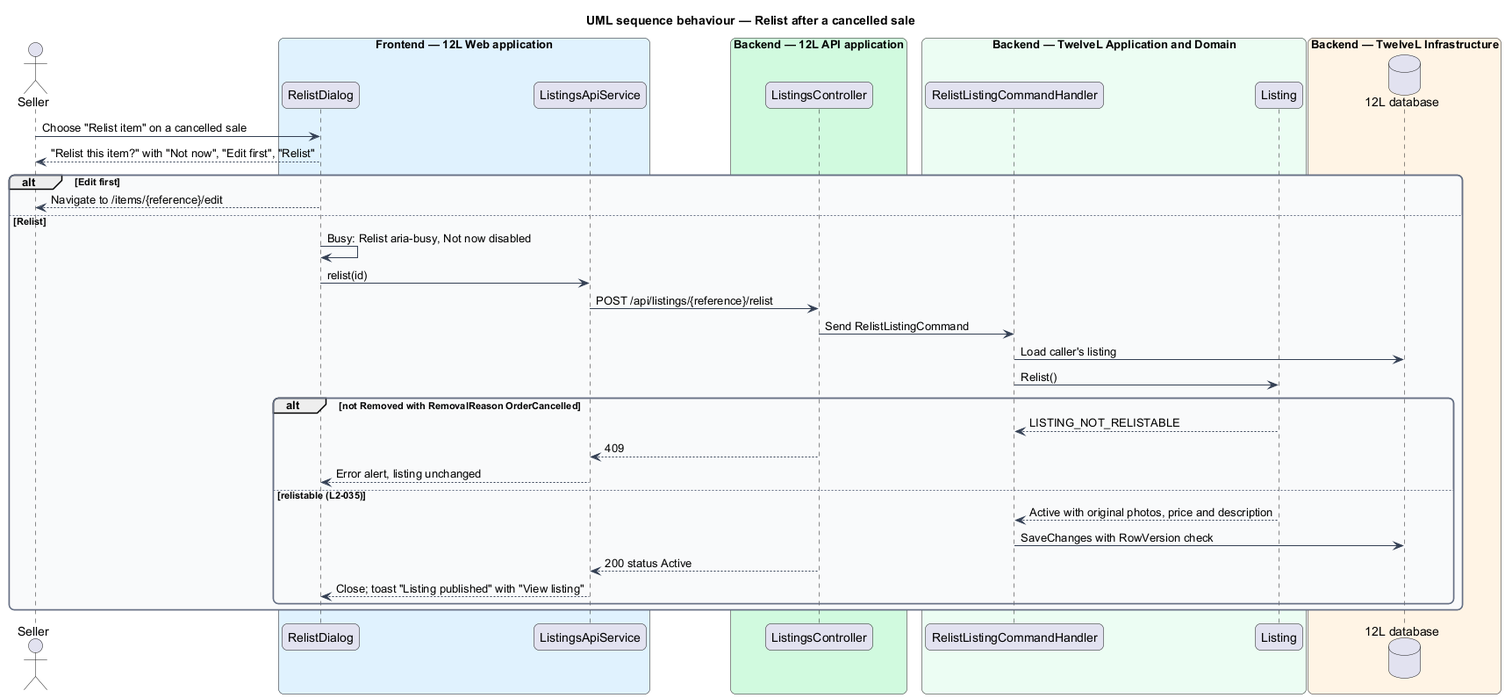
This is docs/detailed-designs/listings/edit-and-withdraw-listing/diagrams/sequence-relist-listing.png from QuinntyneBrown/12l, a PlantUML export, as it was before one commit. The source it was exported from:
```plantuml
@startuml
title UML sequence behaviour — Relist after a cancelled sale
skinparam backgroundColor #FFFFFF
skinparam shadowing false
skinparam roundcorner 12
skinparam defaultFontName Arial
skinparam ArrowColor #344054
skinparam rectangle {
  BorderColor #344054
  FontColor #101828
}
skinparam package {
  BorderColor #667085
  FontColor #101828
  BackgroundColor #F9FAFB
}
actor "Seller" as actor
box "Frontend — 12L Web application" #E0F2FE
  participant "RelistDialog" as dialog
  participant "ListingsApiService" as client
end box
box "Backend — 12L API application" #D1FADF
  participant "ListingsController" as controller
end box
box "Backend — TwelveL Application and Domain" #ECFDF3
  participant "RelistListingCommandHandler" as handler
  participant "Listing" as entity
end box
box "Backend — TwelveL Infrastructure" #FFF4E5
  database "12L database" as db
end box
actor -> dialog : Choose "Relist item" on a cancelled sale
dialog --> actor : "Relist this item?" with "Not now", "Edit first", "Relist"
alt Edit first
  dialog --> actor : Navigate to /items/{reference}/edit
else Relist
  dialog -> dialog : Busy: Relist aria-busy, Not now disabled
  dialog -> client : relist(id)
  client -> controller : POST /api/listings/{reference}/relist
  controller -> handler : Send RelistListingCommand
  handler -> db : Load caller's listing
  handler -> entity : Relist()
  alt not Removed with RemovalReason OrderCancelled
    entity --> handler : LISTING_NOT_RELISTABLE
    controller --> client : 409
    client --> dialog : Error alert, listing unchanged
  else relistable (L2-035)
    entity --> handler : Active with original photos, price and description
    handler -> db : SaveChanges with RowVersion check
    controller --> client : 200 status Active
    client --> dialog : Close; toast "Listing published" with "View listing"
  end
end
@enduml
```
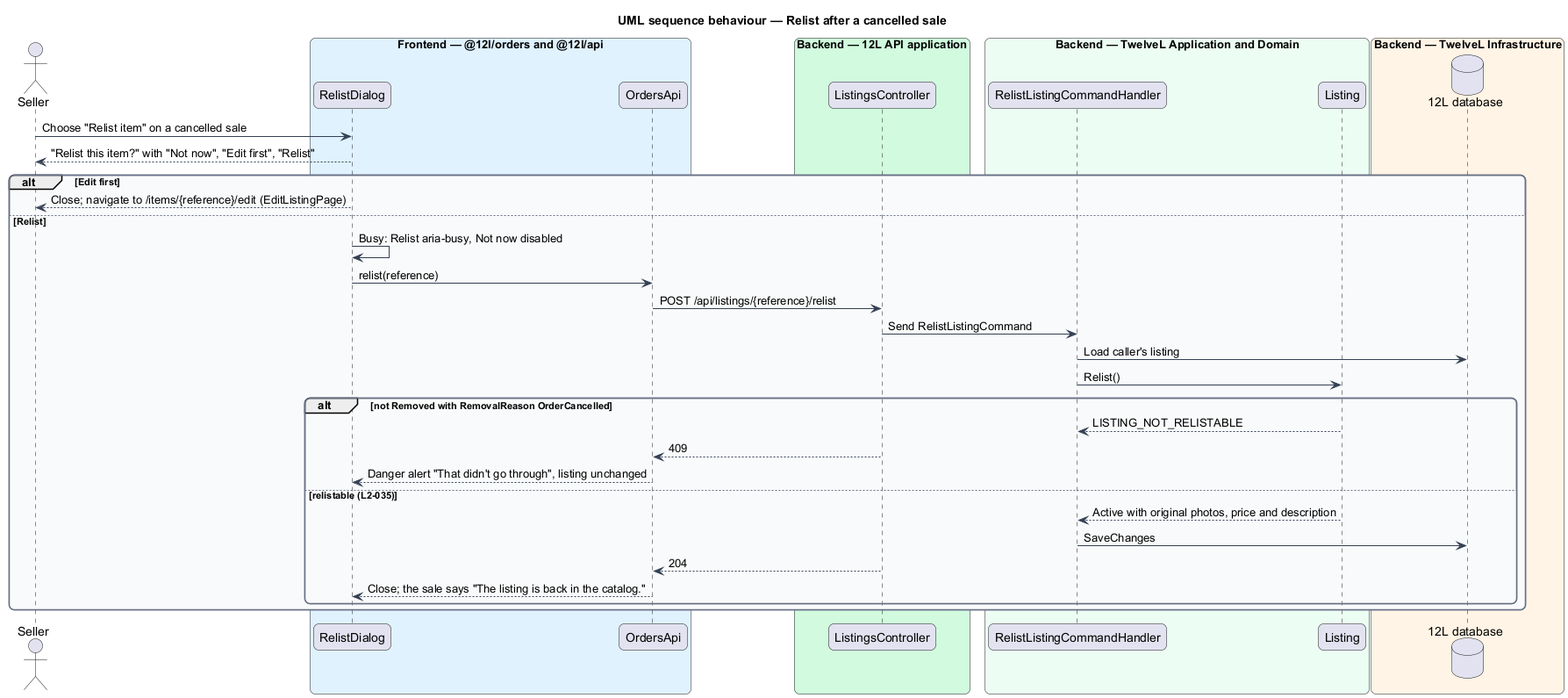
Later version of the same file.

What changed in the source:
```diff
@@ -15,9 +15,9 @@
   BackgroundColor #F9FAFB
 }
 actor "Seller" as actor
-box "Frontend — 12L Web application" #E0F2FE
+box "Frontend — @12l/orders and @12l/api" #E0F2FE
   participant "RelistDialog" as dialog
-  participant "ListingsApiService" as client
+  participant "OrdersApi" as client
 end box
 box "Backend — 12L API application" #D1FADF
   participant "ListingsController" as controller
@@ -32,10 +32,10 @@
 actor -> dialog : Choose "Relist item" on a cancelled sale
 dialog --> actor : "Relist this item?" with "Not now", "Edit first", "Relist"
 alt Edit first
-  dialog --> actor : Navigate to /items/{reference}/edit
+  dialog --> actor : Close; navigate to /items/{reference}/edit (EditListingPage)
 else Relist
   dialog -> dialog : Busy: Relist aria-busy, Not now disabled
-  dialog -> client : relist(id)
+  dialog -> client : relist(reference)
   client -> controller : POST /api/listings/{reference}/relist
   controller -> handler : Send RelistListingCommand
   handler -> db : Load caller's listing
@@ -43,12 +43,12 @@
   alt not Removed with RemovalReason OrderCancelled
     entity --> handler : LISTING_NOT_RELISTABLE
     controller --> client : 409
-    client --> dialog : Error alert, listing unchanged
+    client --> dialog : Danger alert "That didn't go through", listing unchanged
   else relistable (L2-035)
     entity --> handler : Active with original photos, price and description
-    handler -> db : SaveChanges with RowVersion check
-    controller --> client : 200 status Active
-    client --> dialog : Close; toast "Listing published" with "View listing"
+    handler -> db : SaveChanges
+    controller --> client : 204
+    client --> dialog : Close; the sale says "The listing is back in the catalog."
   end
 end
 @enduml
```
